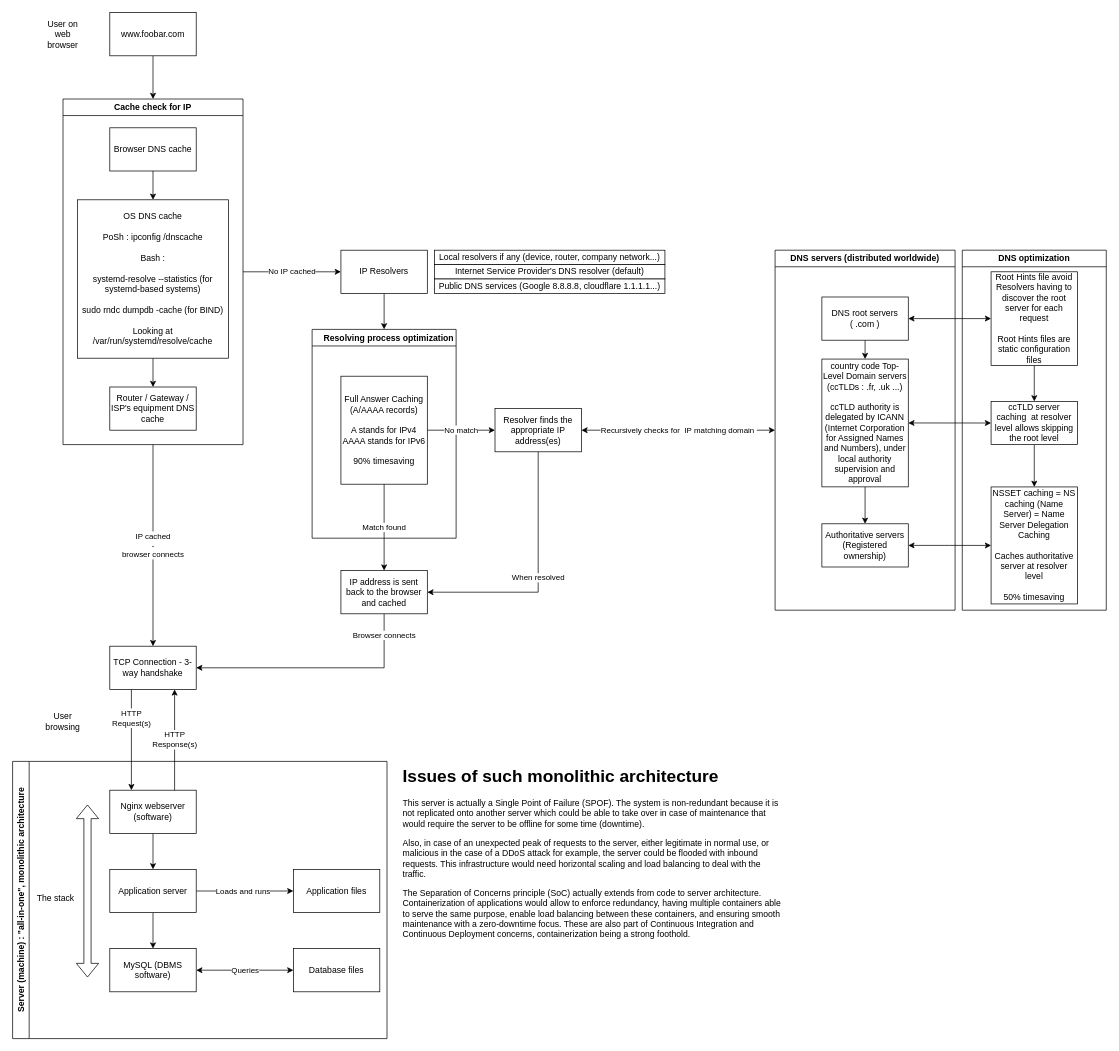
Earlier version of the draw.io diagram web_infrastructure_design/0-simple_web_stack.drawio (jmitchell35/holbertonschool-system_engineering-devops). Source tidied: cells renumbered, new cells numbered last; positions are measured from the earlier drawing's top-left corner, leaving out a move shared by most shapes. Both pictures are drawn from the tidied source at 72%, with x=0, y=0 at pixel (12, 12).
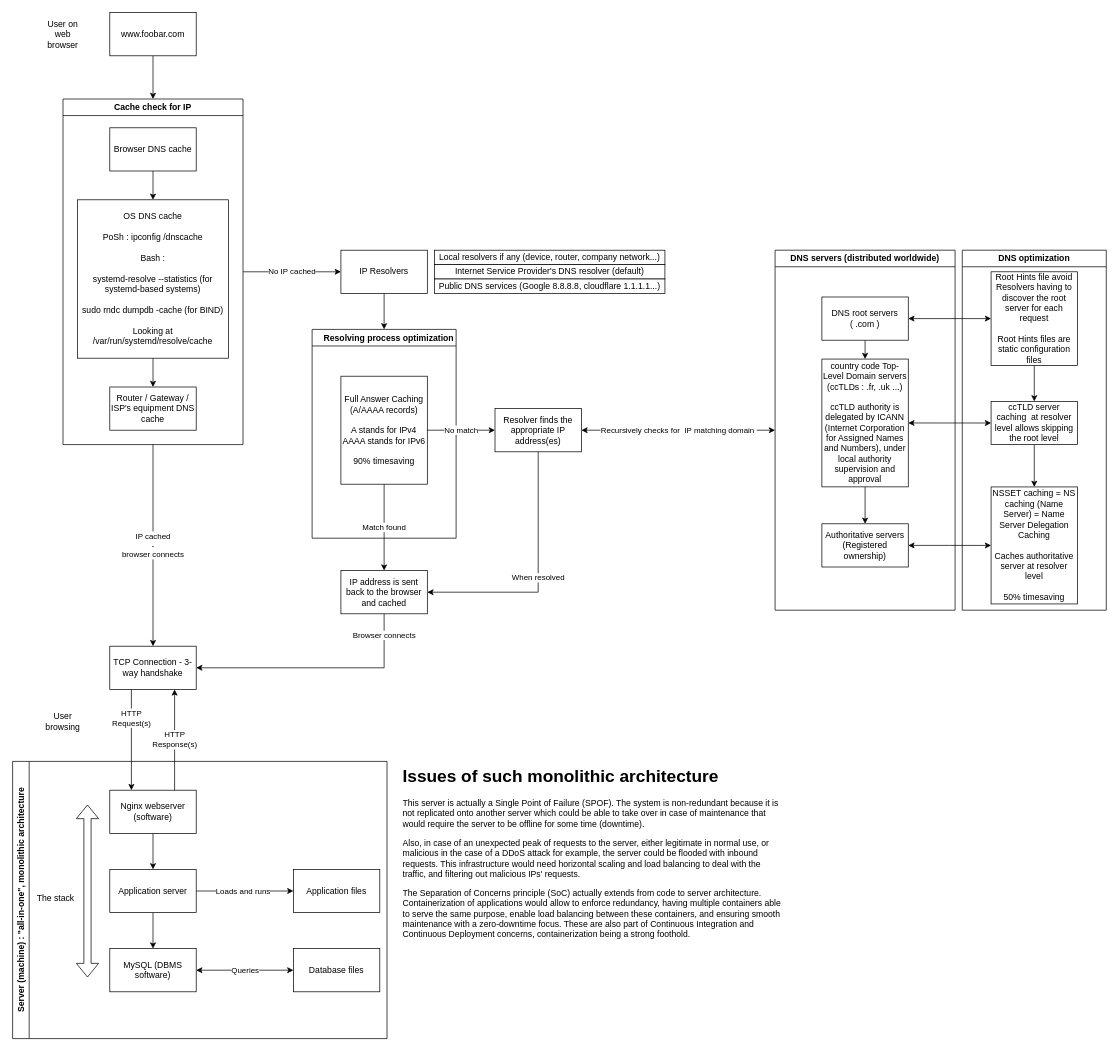
The same page after the edit.

The edit, as a diff of the source:
```diff
@@
-    <mxCell id="58" value="&lt;h1 style=&quot;margin-top: 0px;&quot;&gt;Issues of such monolithic architecture&lt;/h1&gt;&lt;p&gt;This server is actually a Single Point of Failure (SPOF). The system is non-redundant because it is not replicated onto another server which could be able to take over in case of maintenance that would require the server to be offline for some time (downtime).&lt;br&gt;&lt;/p&gt;&lt;p&gt;Also, in case of an unexpected peak of requests to the server, either legitimate in normal use, or malicious in the case of a DDoS attack for example, the server could be flooded with inbound requests. This infrastructure would need horizontal scaling and load balancing to deal with the traffic.&lt;/p&gt;&lt;p&gt;The Separation of Concerns principle (SoC) actually extends from code to server architecture. Containerization of applications would allow to enforce redundancy, having multiple containers able to serve the same purpose, enable load balancing between these containers, and ensuring smooth maintenance with a zero-downtime focus. These are also part of Continuous Integration and Continuous Deployment concerns, containerization being a strong foothold.&lt;/p&gt;" style="text;html=1;whiteSpace=wrap;overflow=hidden;rounded=0;" parent="1" vertex="1">
+    <mxCell id="58" value="&lt;h1 style=&quot;margin-top: 0px;&quot;&gt;Issues of such monolithic architecture&lt;/h1&gt;&lt;p&gt;This server is actually a Single Point of Failure (SPOF). The system is non-redundant because it is not replicated onto another server which could be able to take over in case of maintenance that would require the server to be offline for some time (downtime).&lt;br&gt;&lt;/p&gt;&lt;p&gt;Also, in case of an unexpected peak of requests to the server, either legitimate in normal use, or malicious in the case of a DDoS attack for example, the server could be flooded with inbound requests. This infrastructure would need horizontal scaling and load balancing to deal with the traffic, and filtering out malicious IPs' requests.&lt;/p&gt;&lt;p&gt;The Separation of Concerns principle (SoC) actually extends from code to server architecture. Containerization of applications would allow to enforce redundancy, having multiple containers able to serve the same purpose, enable load balancing between these containers, and ensuring smooth maintenance with a zero-downtime focus. These are also part of Continuous Integration and Continuous Deployment concerns, containerization being a strong foothold.&lt;/p&gt;" style="text;html=1;whiteSpace=wrap;overflow=hidden;rounded=0;" parent="1" vertex="1">
       <mxGeometry x="540" y="1040" width="530" height="250" as="geometry" />
     </mxCell>
```
